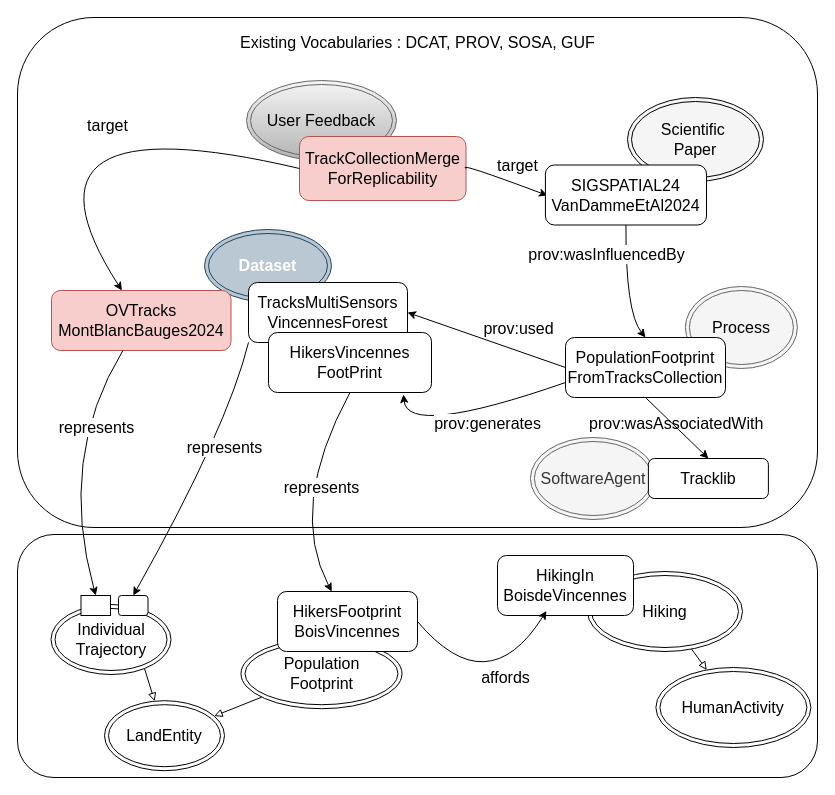
This is page "Fig 2 - Step 2 (User Feedback)" (6 of 7) of docs/diagrams/model_KG.drawio from IntForOut/outdoorPressure, a draw.io file, before an edit. Source tidied: cells renumbered, new cells numbered last; positions are measured from the earlier drawing's top-left corner, leaving out a move shared by most shapes. Both pictures are drawn from the tidied source at 100%, with x=0, y=0 at pixel (-3, 17).
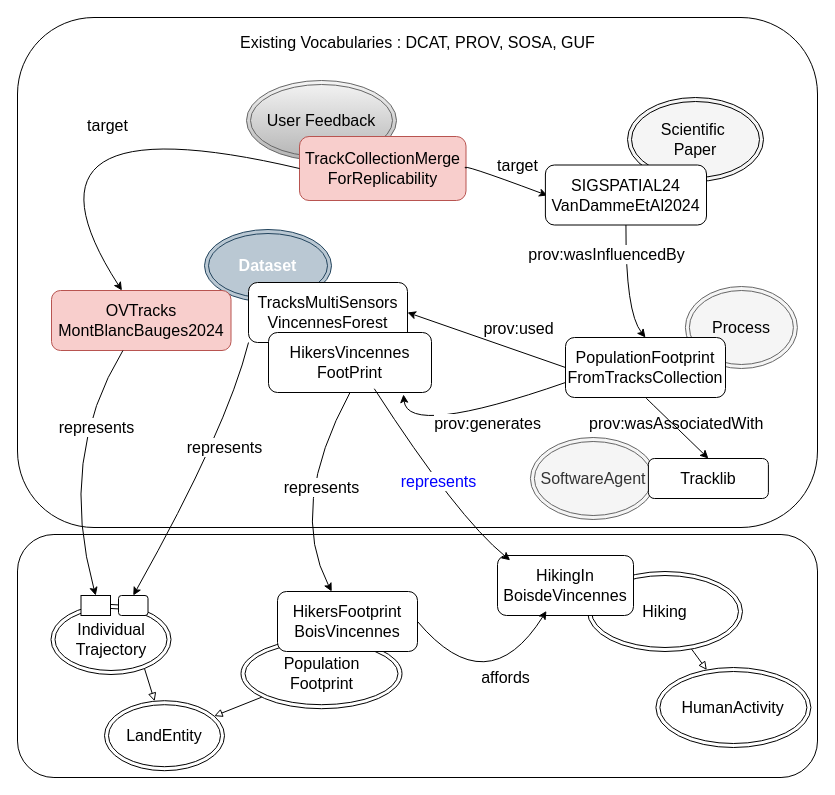
The same page after the edit.

Commit message:
Mettre à jour model_KG.drawio

The change refers to these unchanged cells:
```xml
<mxCell id="27" value="&lt;div&gt;HikingIn&lt;/div&gt;&lt;div&gt;BoisdeVincennes&lt;/div&gt;" style="rounded=1;whiteSpace=wrap;html=1;fontSize=16;" parent="1" vertex="1">
  <mxGeometry x="500" y="538" width="136" height="60" as="geometry" />
</mxCell>
<mxCell id="34" value="&lt;div&gt;&lt;font&gt;HikersVincennes&lt;/font&gt;&lt;/div&gt;&lt;div&gt;&lt;font&gt;FootPrint&lt;/font&gt;&lt;/div&gt;" style="rounded=1;whiteSpace=wrap;html=1;strokeColor=#000000;strokeWidth=1;fontSize=16;" parent="1" vertex="1">
  <mxGeometry x="271" y="315" width="163" height="60" as="geometry" />
</mxCell>
```

Change to the diagram source:
```diff
@@
+    <mxCell id="50" style="endArrow=classic;html=1;rounded=0;fontSize=16;curved=1;exitX=0.649;exitY=0.937;exitDx=0;exitDy=0;exitPerimeter=0;entryX=0.093;entryY=0.08;entryDx=0;entryDy=0;entryPerimeter=0;" parent="1" edge="1" source="34" target="27">
+      <mxGeometry relative="1" as="geometry">
+        <Array as="points">
+          <mxPoint x="460" y="500" />
+        </Array>
+      </mxGeometry>
+    </mxCell>
+    <mxCell id="51" value="&lt;font style=&quot;color: rgb(0, 0, 255);&quot;&gt;represents&lt;/font&gt;" style="edgeLabel;html=1;align=center;verticalAlign=middle;fontSize=16;" parent="50" vertex="1">
+      <mxGeometry x="-0.33" y="-2" relative="1" as="geometry">
+        <mxPoint x="25" y="29" as="offset" />
+      </mxGeometry>
+    </mxCell>
```
